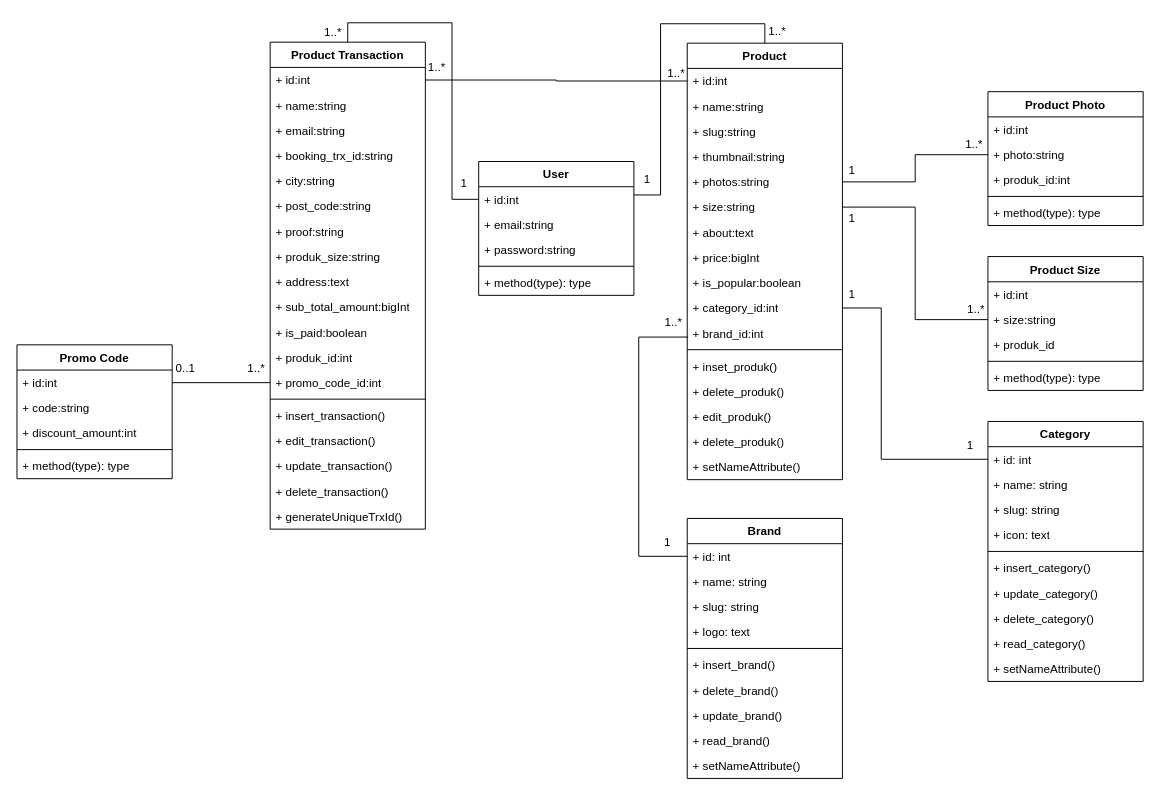
Before: UML/classDiagram.drawio in Mahklvk/competency-test, a draw.io diagram. Source tidied: cells renumbered, new cells numbered last; positions are measured from the earlier drawing's top-left corner, leaving out a move shared by most shapes. Both pictures are drawn from the tidied source at 97%, with x=0, y=0 at pixel (16, 16).
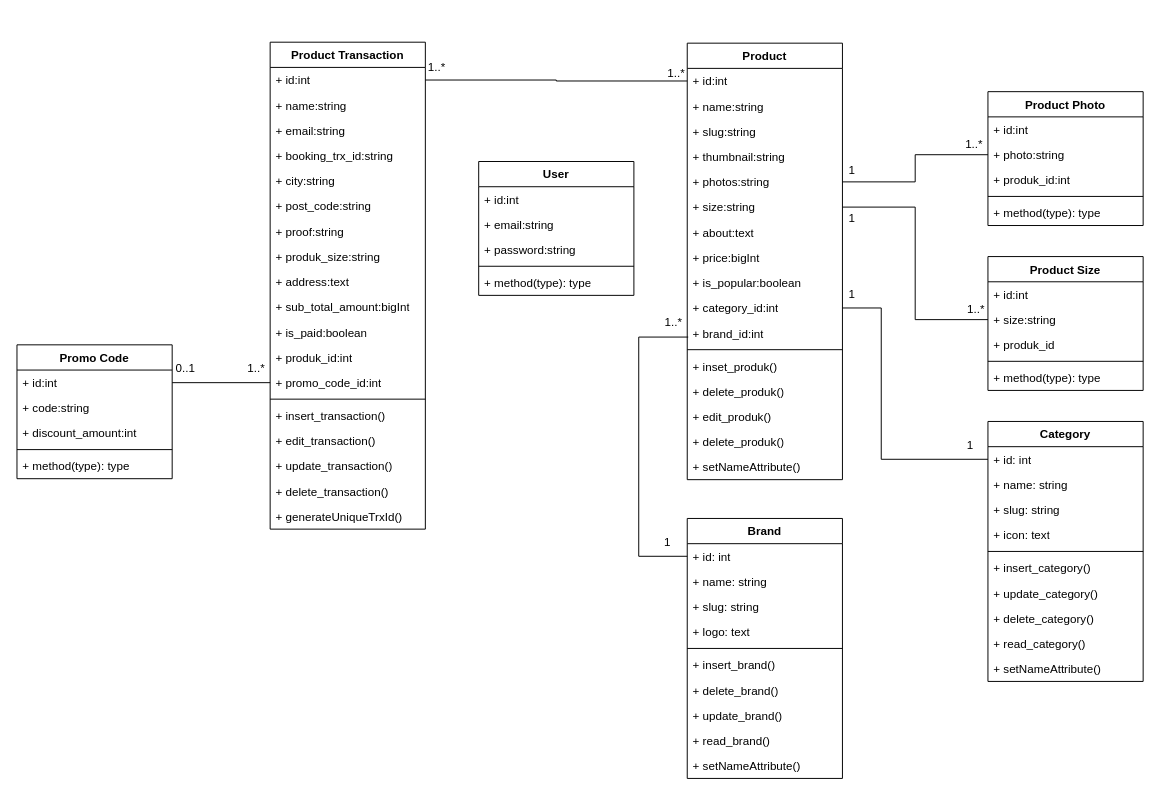
The same diagram, later.

Unchanged cells that the change refers to:
```xml
<mxCell id="24" value="Product Transaction" style="swimlane;fontStyle=1;align=center;verticalAlign=top;horizontal=1;startSize=26;whiteSpace=wrap;html=1;" parent="1" vertex="1">
  <mxGeometry x="261" y="26" width="160" height="502" as="geometry" />
</mxCell>
<mxCell id="44" value="Product" style="swimlane;fontStyle=1;align=center;verticalAlign=top;horizontal=1;startSize=26;whiteSpace=wrap;html=1;" parent="1" vertex="1">
  <mxGeometry x="691" y="27" width="160" height="450" as="geometry" />
</mxCell>
<mxCell id="81" value="User" style="swimlane;fontStyle=1;align=center;verticalAlign=top;horizontal=1;startSize=26;whiteSpace=wrap;html=1;" parent="1" vertex="1">
  <mxGeometry x="476" y="149" width="160" height="138" as="geometry" />
</mxCell>
<mxCell id="82" value="+ id:int" style="text;strokeColor=none;fillColor=none;align=left;verticalAlign=top;spacingLeft=4;spacingRight=4;overflow=hidden;points=[[0,0.5],[1,0.5]];portConstraint=eastwest;whiteSpace=wrap;html=1;" parent="81" vertex="1">
  <mxGeometry y="26" width="160" height="26" as="geometry" />
</mxCell>
```

Diff of the diagram source:
```diff
@@
-    <mxCell id="80" style="edgeStyle=orthogonalEdgeStyle;rounded=0;jettySize=auto;html=1;exitX=1;exitY=0.25;exitDx=0;exitDy=0;entryX=0.5;entryY=0;entryDx=0;entryDy=0;endArrow=none;endFill=0;" parent="1" edge="1" source="81" target="44">
-      <mxGeometry relative="1" as="geometry" />
-    </mxCell>
@@
-    <mxCell id="101" style="edgeStyle=orthogonalEdgeStyle;rounded=0;jettySize=auto;html=1;exitX=0;exitY=0.5;exitDx=0;exitDy=0;entryX=0.5;entryY=0;entryDx=0;entryDy=0;endArrow=none;endFill=0;" parent="1" edge="1" source="82" target="24">
-      <mxGeometry relative="1" as="geometry" />
-    </mxCell>
-    <mxCell id="102" value="1" style="text;html=1;whiteSpace=wrap;strokeColor=none;fillColor=none;align=center;verticalAlign=middle;rounded=0;" parent="1" vertex="1">
-      <mxGeometry x="431" y="157" width="60" height="30" as="geometry" />
-    </mxCell>
-    <mxCell id="103" value="1" style="text;html=1;whiteSpace=wrap;strokeColor=none;fillColor=none;align=center;verticalAlign=middle;rounded=0;" parent="1" vertex="1">
-      <mxGeometry x="620" y="153" width="60" height="30" as="geometry" />
-    </mxCell>
-    <mxCell id="104" value="1..*" style="text;html=1;whiteSpace=wrap;strokeColor=none;fillColor=none;align=center;verticalAlign=middle;rounded=0;" parent="1" vertex="1">
-      <mxGeometry x="296" y="1" width="60" height="30" as="geometry" />
-    </mxCell>
-    <mxCell id="105" value="1..*" style="text;html=1;whiteSpace=wrap;strokeColor=none;fillColor=none;align=center;verticalAlign=middle;rounded=0;" parent="1" vertex="1">
-      <mxGeometry x="754" width="60" height="30" as="geometry" />
-    </mxCell>
```
